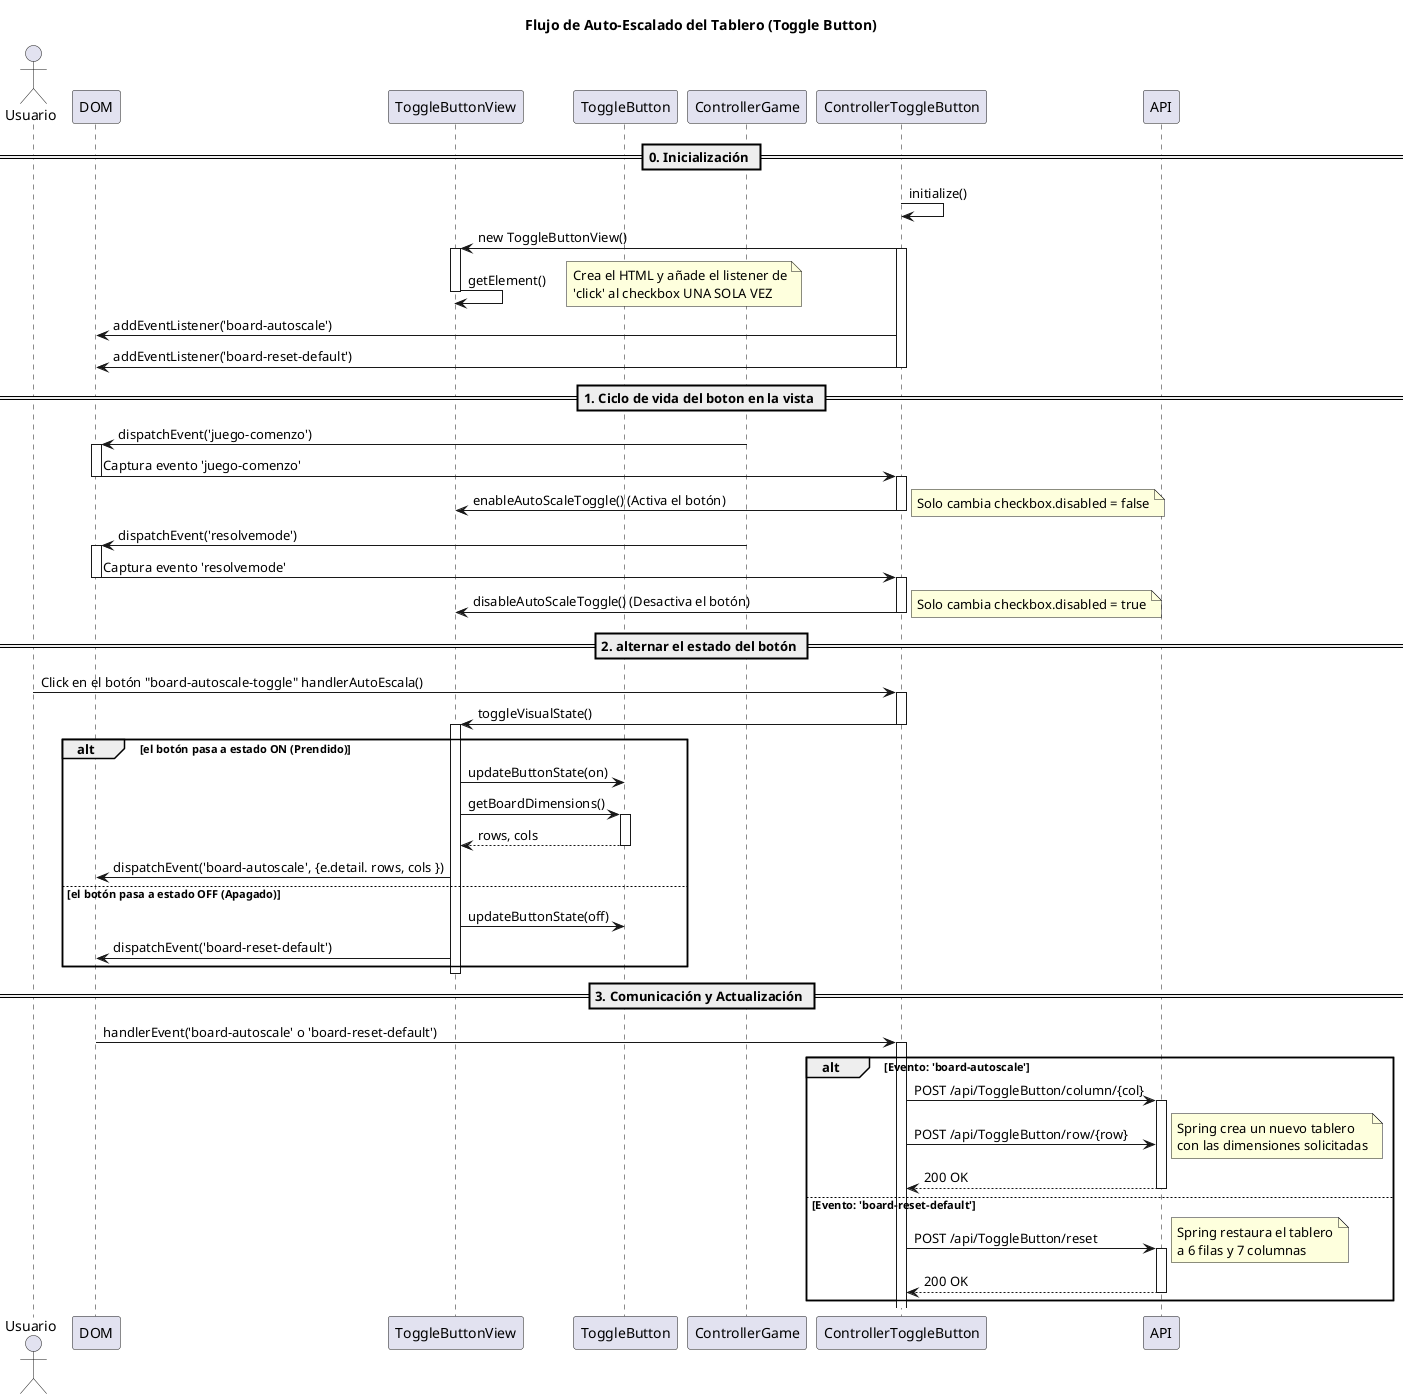
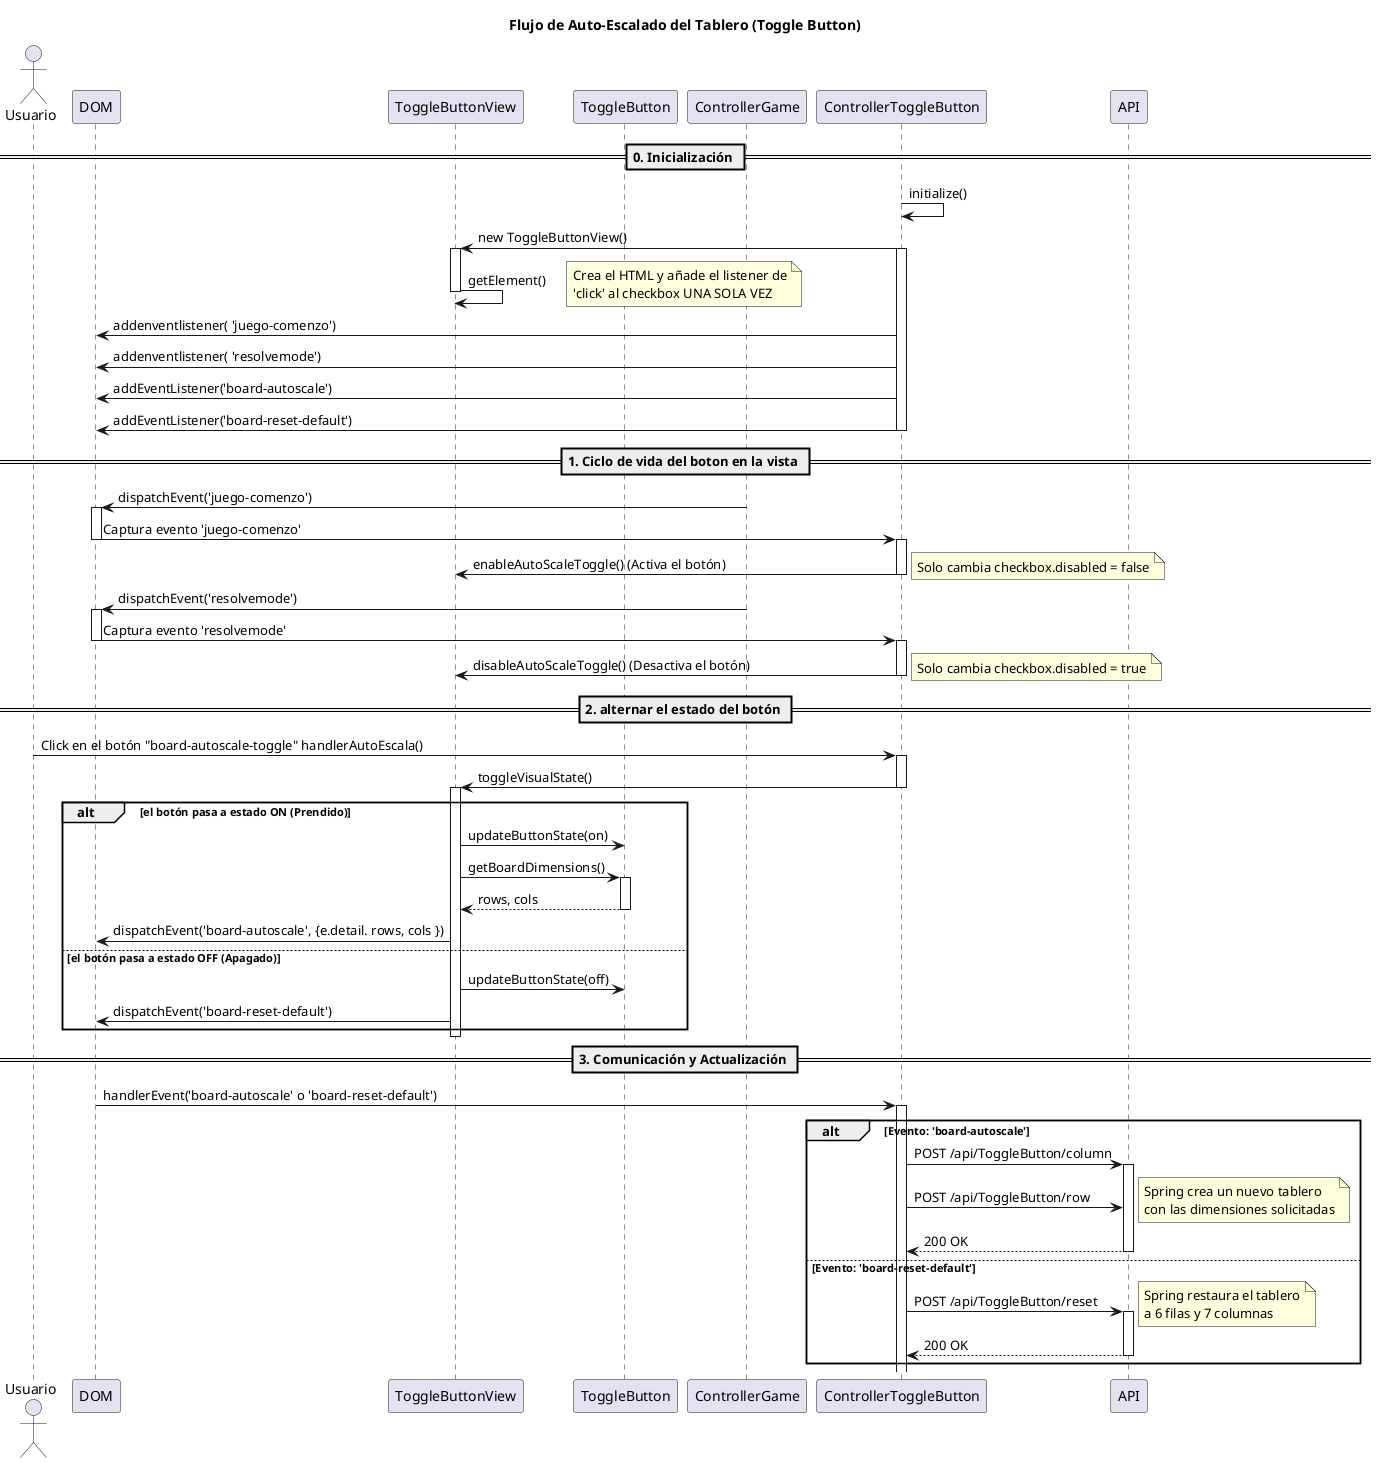
@startuml AutoScaleBoardSequence

title Flujo de Auto-Escalado del Tablero (Toggle Button)

actor "Usuario" as User
participant "DOM" as DOM
participant "ToggleButtonView" as View
participant "ToggleButton" as Model
participant "ControllerGame" as Game
participant "ControllerToggleButton" as Controller

== 0. Inicialización ==
Controller -> Controller : initialize()
Controller -> View : new ToggleButtonView()
activate Controller
activate View
View -> View : getElement()
note right: Crea el HTML y añade el listener de\n'click' al checkbox UNA SOLA VEZ
deactivate View
+ Controller -> DOM : addenventlistener( 'juego-comenzo')
+ Controller -> DOM : addenventlistener( 'resolvemode')
Controller -> DOM : addEventListener('board-autoscale')
Controller -> DOM : addEventListener('board-reset-default')
deactivate Controller

== 1. Ciclo de vida del boton en la vista ==

Game -> DOM : dispatchEvent('juego-comenzo')
activate DOM
DOM -> Controller : Captura evento 'juego-comenzo'
deactivate DOM
activate Controller
Controller -> View : enableAutoScaleToggle() (Activa el botón)
note right: Solo cambia checkbox.disabled = false
deactivate Controller
Game -> DOM : dispatchEvent('resolvemode')
activate DOM
DOM -> Controller : Captura evento 'resolvemode'
deactivate DOM
activate Controller
Controller -> View : disableAutoScaleToggle() (Desactiva el botón)
note right: Solo cambia checkbox.disabled = true
deactivate Controller

== 2. alternar el estado del botón ==
User -> Controller : Click en el botón "board-autoscale-toggle" handlerAutoEscala()
activate Controller
Controller -> View : toggleVisualState()
deactivate Controller
activate View

alt  el botón pasa a estado ON (Prendido)
    View -> Model : updateButtonState(on)
    View -> Model : getBoardDimensions()
    activate Model
    Model --> View : rows, cols
    deactivate Model
    View -> DOM : dispatchEvent('board-autoscale', {e.detail. rows, cols })
else el botón pasa a estado OFF (Apagado)
    View -> Model : updateButtonState(off)
    View -> DOM : dispatchEvent('board-reset-default')
end
deactivate View

== 3. Comunicación y Actualización ==
DOM -> Controller : handlerEvent('board-autoscale' o 'board-reset-default')
activate Controller

alt Evento: 'board-autoscale'

-     Controller -> API : POST /api/ToggleButton/column/{col}
+     Controller -> API : POST /api/ToggleButton/column
    activate API
-     Controller -> API : POST /api/ToggleButton/row/{row}
+     Controller -> API : POST /api/ToggleButton/row
    note right: Spring crea un nuevo tablero\ncon las dimensiones solicitadas
    API --> Controller : 200 OK
    deactivate API
else Evento: 'board-reset-default'
    Controller -> API : POST /api/ToggleButton/reset
    activate API
    note right: Spring restaura el tablero\na 6 filas y 7 columnas
    API --> Controller : 200 OK
    deactivate API
end


@enduml
